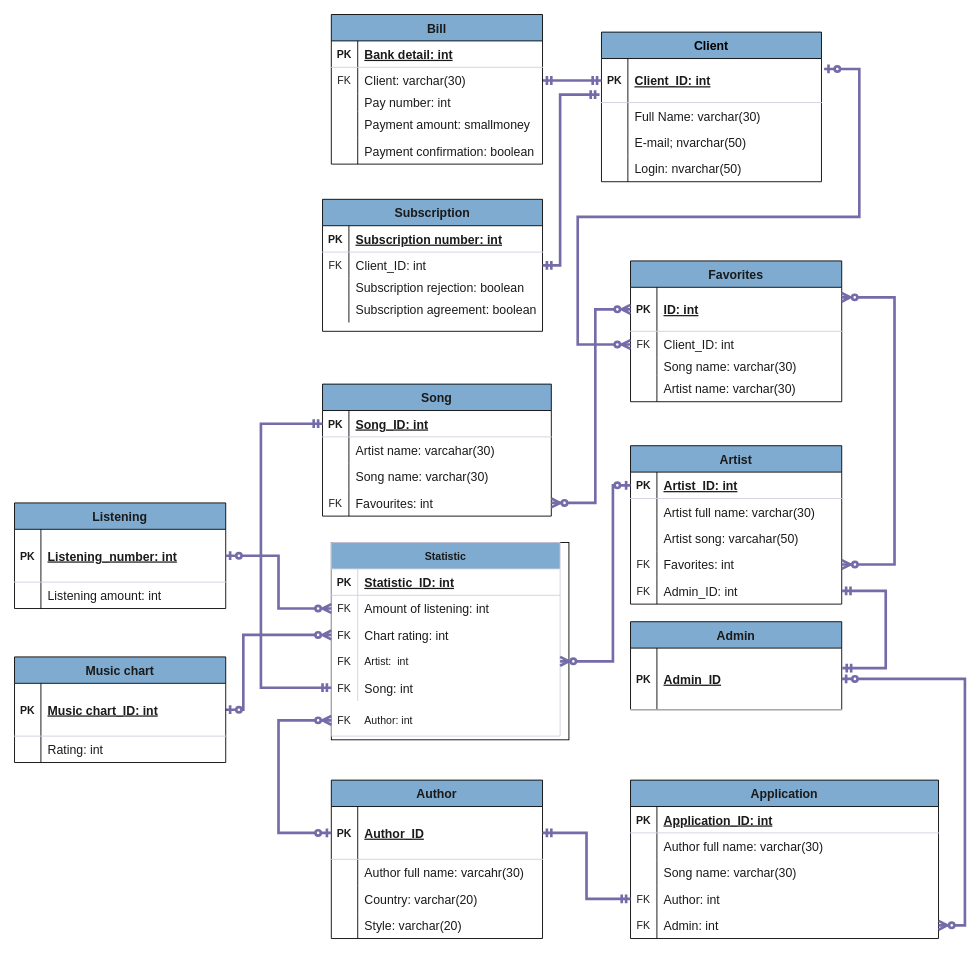
Before: ER_MusicLibrary.drawio in Arina-Skildeeva/Description-, a draw.io diagram. Source tidied: cells renumbered, new cells numbered last; positions are measured from the earlier drawing's top-left corner, leaving out a move shared by most shapes. Both pictures are drawn from the tidied source at 88%, with x=0, y=0 at pixel (14, 14).
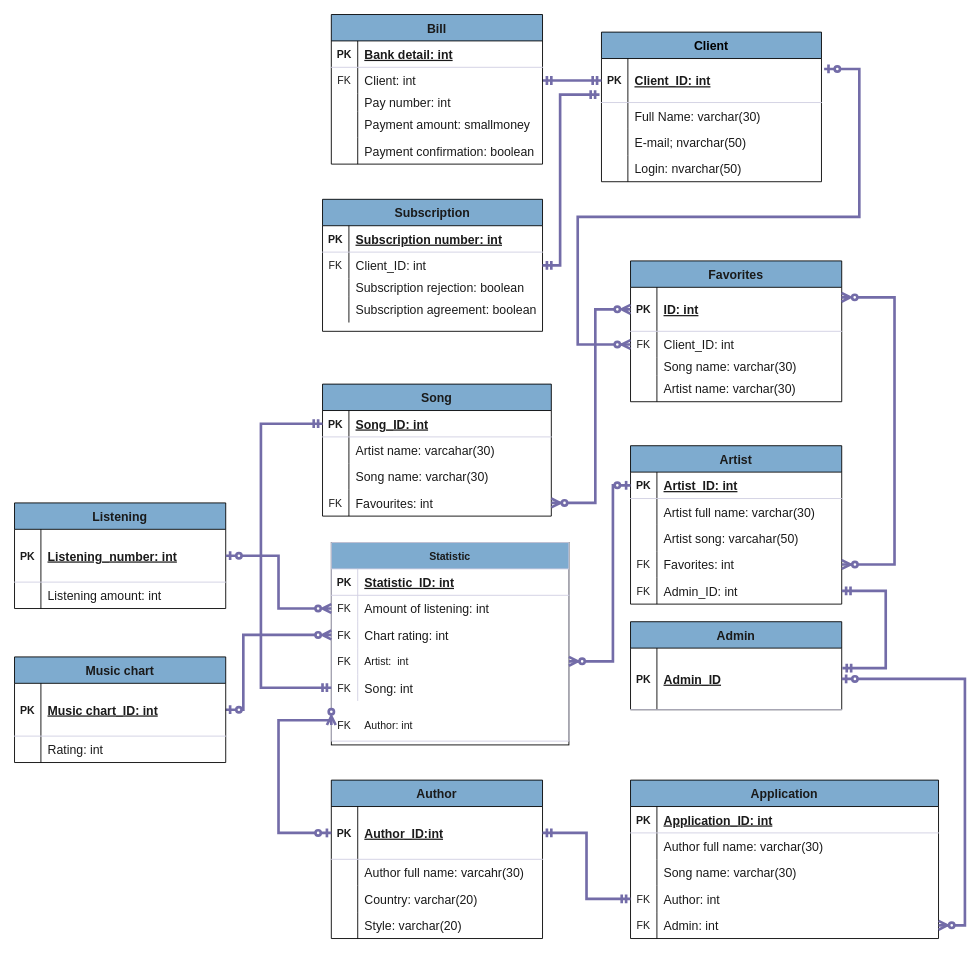
The same page after the edit.

Unchanged cells that the change refers to:
```xml
<mxCell id="113" style="shape=partialRectangle;fillColor=none;top=0;left=0;bottom=1;right=0;points=[[0,0.5],[1,0.5]];portConstraint=eastwest;strokeColor=#D0CEE2;fontColor=#1A1A1A;rounded=0;" parent="112" vertex="1">
  <mxGeometry y="30" width="240" height="60" as="geometry" />
</mxCell>
<mxCell id="140" style="shape=partialRectangle;fillColor=none;top=0;left=0;bottom=0;right=0;points=[[0,0.5],[1,0.5]];portConstraint=eastwest;strokeColor=#D0CEE2;fontColor=#1A1A1A;rounded=0;" parent="136" vertex="1">
  <mxGeometry y="60" width="240" height="30" as="geometry" />
</mxCell>
```

Diff of the diagram source:
```diff
@@
-    <mxCell id="91" style="group;fontColor=#1A1A1A;rounded=0;fontSize=14;" parent="1" vertex="1">
+    <mxCell id="91" style="group;fontColor=#1A1A1A;rounded=0;fontSize=14;strokeWidth=0;" parent="1" vertex="1">
       <mxGeometry x="370" y="600" width="260" height="450" as="geometry" />
     </mxCell>
     <mxCell id="92" style="group;fontColor=#1A1A1A;rounded=0;strokeColor=#000000;fontSize=14;" parent="91" vertex="1">
-      <mxGeometry x="-10" width="270" height="224.2" as="geometry" />
+      <mxGeometry x="-10" width="270" height="230" as="geometry" />
     </mxCell>
     <mxCell id="93" value="Statistic" style="shape=table;startSize=30;childLayout=tableLayout;rowLines=0;fontStyle=1;align=center;fillColor=#7EABCF;strokeColor=#D0CEE2;fontColor=#1A1A1A;rounded=0;" parent="92" vertex="1">
-      <mxGeometry width="260" height="220" as="geometry" />
+      <mxGeometry width="270" height="225.7" as="geometry" />
     </mxCell>
     <mxCell id="94" style="shape=partialRectangle;fillColor=none;top=0;left=0;bottom=1;right=0;strokeColor=#D0CEE2;fontColor=#1A1A1A;rounded=0;" parent="93" vertex="1">
-      <mxGeometry y="30" width="260" height="30" as="geometry" />
+      <mxGeometry y="30" width="270" height="30" as="geometry" />
     </mxCell>
@@
     <mxCell id="96" value="Statistic_ID: int" style="shape=partialRectangle;fillColor=none;top=0;left=0;bottom=0;right=0;align=left;spacingLeft=6;fontStyle=5;overflow=hidden;strokeColor=#D0CEE2;fontColor=#1A1A1A;rounded=0;fontSize=14;" parent="94" vertex="1">
-      <mxGeometry x="30" width="230" height="30" as="geometry" />
+      <mxGeometry x="30" width="240" height="30" as="geometry" />
     </mxCell>
     <mxCell id="97" style="shape=partialRectangle;fillColor=none;top=0;left=0;bottom=0;right=0;points=[[0,0.5],[1,0.5]];portConstraint=eastwest;strokeColor=#D0CEE2;fontColor=#1A1A1A;rounded=0;" parent="93" vertex="1">
-      <mxGeometry y="60" width="260" height="30" as="geometry" />
+      <mxGeometry y="60" width="270" height="30" as="geometry" />
     </mxCell>
@@
     <mxCell id="99" value="Amount of listening: int" style="shape=partialRectangle;fillColor=none;top=0;left=0;bottom=0;right=0;align=left;spacingLeft=6;overflow=hidden;strokeColor=#D0CEE2;fontColor=#1A1A1A;rounded=0;fontSize=14;" parent="97" vertex="1">
-      <mxGeometry x="30" width="230" height="30" as="geometry" />
+      <mxGeometry x="30" width="240" height="30" as="geometry" />
     </mxCell>
     <mxCell id="100" style="shape=partialRectangle;fillColor=none;top=0;left=0;bottom=0;right=0;points=[[0,0.5],[1,0.5]];portConstraint=eastwest;strokeColor=#D0CEE2;fontColor=#1A1A1A;rounded=0;" parent="93" vertex="1">
-      <mxGeometry y="90" width="260" height="30" as="geometry" />
+      <mxGeometry y="90" width="270" height="30" as="geometry" />
     </mxCell>
@@
     <mxCell id="102" value="Chart rating: int" style="shape=partialRectangle;fillColor=none;top=0;left=0;bottom=0;right=0;align=left;spacingLeft=6;overflow=hidden;strokeColor=#D0CEE2;fontColor=#1A1A1A;rounded=0;fontSize=14;" parent="100" vertex="1">
-      <mxGeometry x="30" width="230" height="30" as="geometry" />
+      <mxGeometry x="30" width="240" height="30" as="geometry" />
     </mxCell>
     <mxCell id="103" style="shape=partialRectangle;fillColor=none;top=0;left=0;bottom=0;right=0;points=[[0,0.5],[1,0.5]];portConstraint=eastwest;strokeColor=#D0CEE2;fontColor=#1A1A1A;rounded=0;fontSize=14;" parent="93" vertex="1">
-      <mxGeometry y="120" width="260" height="30" as="geometry" />
+      <mxGeometry y="120" width="270" height="30" as="geometry" />
     </mxCell>
@@
     <mxCell id="105" value="Artist:  int" style="shape=partialRectangle;fillColor=none;top=0;left=0;bottom=0;right=0;align=left;spacingLeft=6;overflow=hidden;strokeColor=#D0CEE2;fontColor=#1A1A1A;rounded=0;" parent="103" vertex="1">
-      <mxGeometry x="30" width="230" height="30" as="geometry" />
+      <mxGeometry x="30" width="240" height="30" as="geometry" />
     </mxCell>
     <mxCell id="106" style="shape=partialRectangle;fillColor=none;top=0;left=0;bottom=0;right=0;points=[[0,0.5],[1,0.5]];portConstraint=eastwest;strokeColor=#D0CEE2;fontColor=#1A1A1A;rounded=0;" parent="93" vertex="1">
-      <mxGeometry y="150" width="260" height="30" as="geometry" />
+      <mxGeometry y="150" width="270" height="30" as="geometry" />
     </mxCell>
@@
     <mxCell id="108" value="Song: int" style="shape=partialRectangle;fillColor=none;top=0;left=0;bottom=0;right=0;align=left;spacingLeft=6;overflow=hidden;strokeColor=#D0CEE2;fontColor=#1A1A1A;rounded=0;fontSize=14;" parent="106" vertex="1">
-      <mxGeometry x="30" width="230" height="30" as="geometry" />
+      <mxGeometry x="30" width="240" height="30" as="geometry" />
     </mxCell>
     <mxCell id="109" style="shape=partialRectangle;fillColor=none;top=0;left=0;bottom=0;right=0;points=[[0,0.5],[1,0.5]];portConstraint=eastwest;strokeColor=#D0CEE2;fontColor=#1A1A1A;rounded=0;fontSize=14;" parent="92" vertex="1">
-      <mxGeometry y="180" width="260" height="44.2" as="geometry" />
+      <mxGeometry y="184.7" width="260" height="45.3" as="geometry" />
     </mxCell>
     <mxCell id="110" value="FK" style="shape=partialRectangle;fillColor=none;top=0;left=0;bottom=0;right=0;overflow=hidden;strokeColor=#D0CEE2;fontColor=#1A1A1A;rounded=0;" parent="109" vertex="1">
-      <mxGeometry width="30" height="44.2" as="geometry" />
+      <mxGeometry width="30" height="45.3" as="geometry" />
     </mxCell>
     <mxCell id="111" value="Author: int" style="shape=partialRectangle;fillColor=none;top=0;left=0;bottom=0;right=0;align=left;spacingLeft=6;overflow=hidden;strokeColor=#D0CEE2;fontColor=#1A1A1A;rounded=0;" parent="109" vertex="1">
-      <mxGeometry x="30" width="230" height="44.2" as="geometry" />
+      <mxGeometry x="30" width="230" height="45.3" as="geometry" />
     </mxCell>
@@
-    <mxCell id="115" value="Author_ID" style="shape=partialRectangle;fillColor=none;top=0;left=0;bottom=0;right=0;align=left;spacingLeft=6;fontStyle=5;overflow=hidden;strokeColor=#D0CEE2;fontColor=#1A1A1A;rounded=0;fontSize=14;" parent="113" vertex="1">
+    <mxCell id="115" value="Author_ID:int" style="shape=partialRectangle;fillColor=none;top=0;left=0;bottom=0;right=0;align=left;spacingLeft=6;fontStyle=5;overflow=hidden;strokeColor=#D0CEE2;fontColor=#1A1A1A;rounded=0;fontSize=14;" parent="113" vertex="1">
       <mxGeometry x="30" width="210" height="60" as="geometry" />
     </mxCell>
@@
-    <mxCell id="142" value="Client: varchar(30)" style="shape=partialRectangle;fillColor=none;top=0;left=0;bottom=0;right=0;align=left;spacingLeft=6;overflow=hidden;strokeColor=#D0CEE2;fontColor=#1A1A1A;rounded=0;fontSize=14;" parent="140" vertex="1">
+    <mxCell id="142" value="Client: int" style="shape=partialRectangle;fillColor=none;top=0;left=0;bottom=0;right=0;align=left;spacingLeft=6;overflow=hidden;strokeColor=#D0CEE2;fontColor=#1A1A1A;rounded=0;fontSize=14;" parent="140" vertex="1">
       <mxGeometry x="30" width="210" height="30" as="geometry" />
     </mxCell>
```
